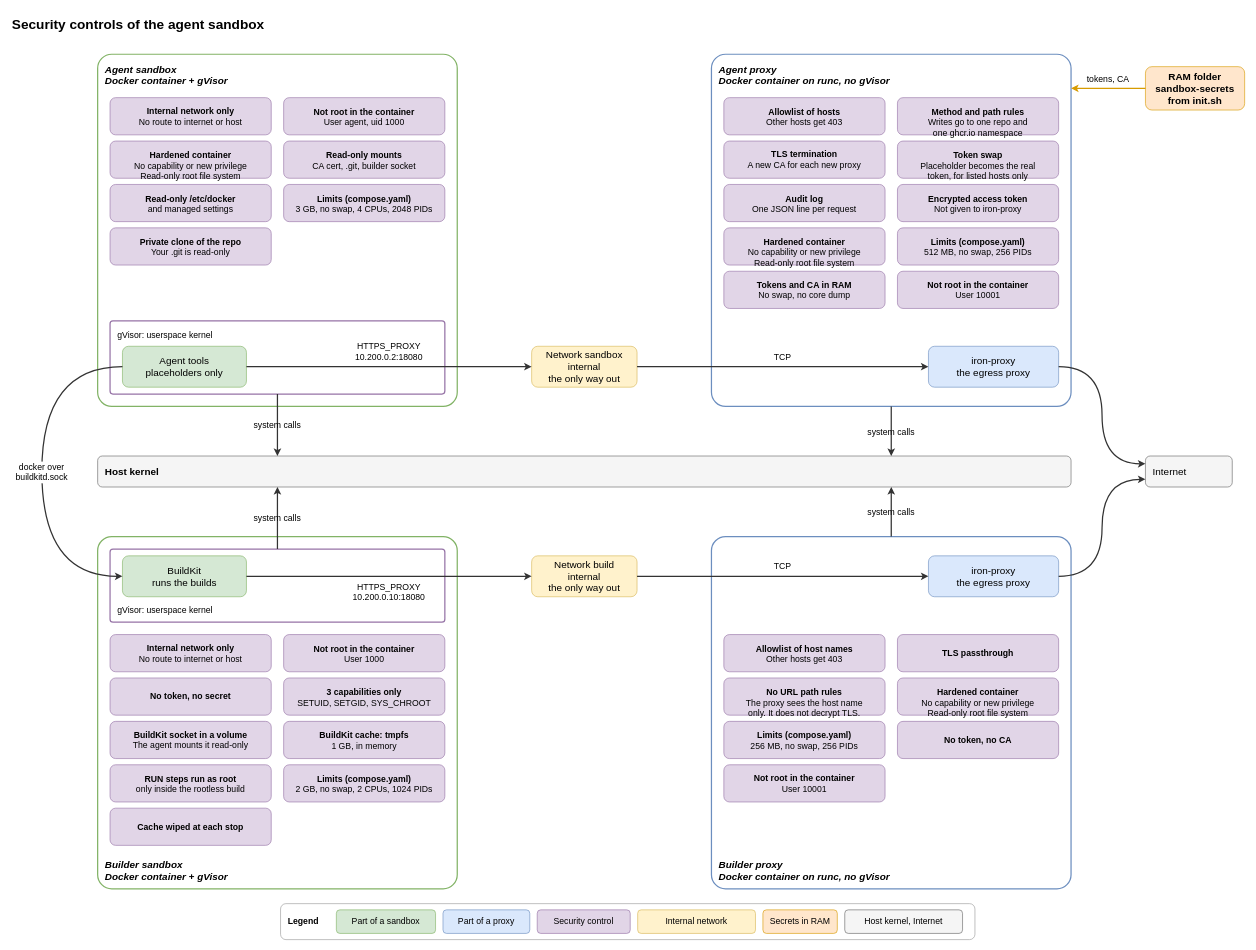
Before: .devcontainer/docs/diagrams/security-controls.drawio in raghav19/engineersdaybook, a draw.io diagram. Source tidied: cells renumbered, new cells numbered last; positions are measured from the earlier drawing's top-left corner, leaving out a move shared by most shapes. Both pictures are drawn from the tidied source at 62%, with x=0, y=0 at pixel (11, 11).
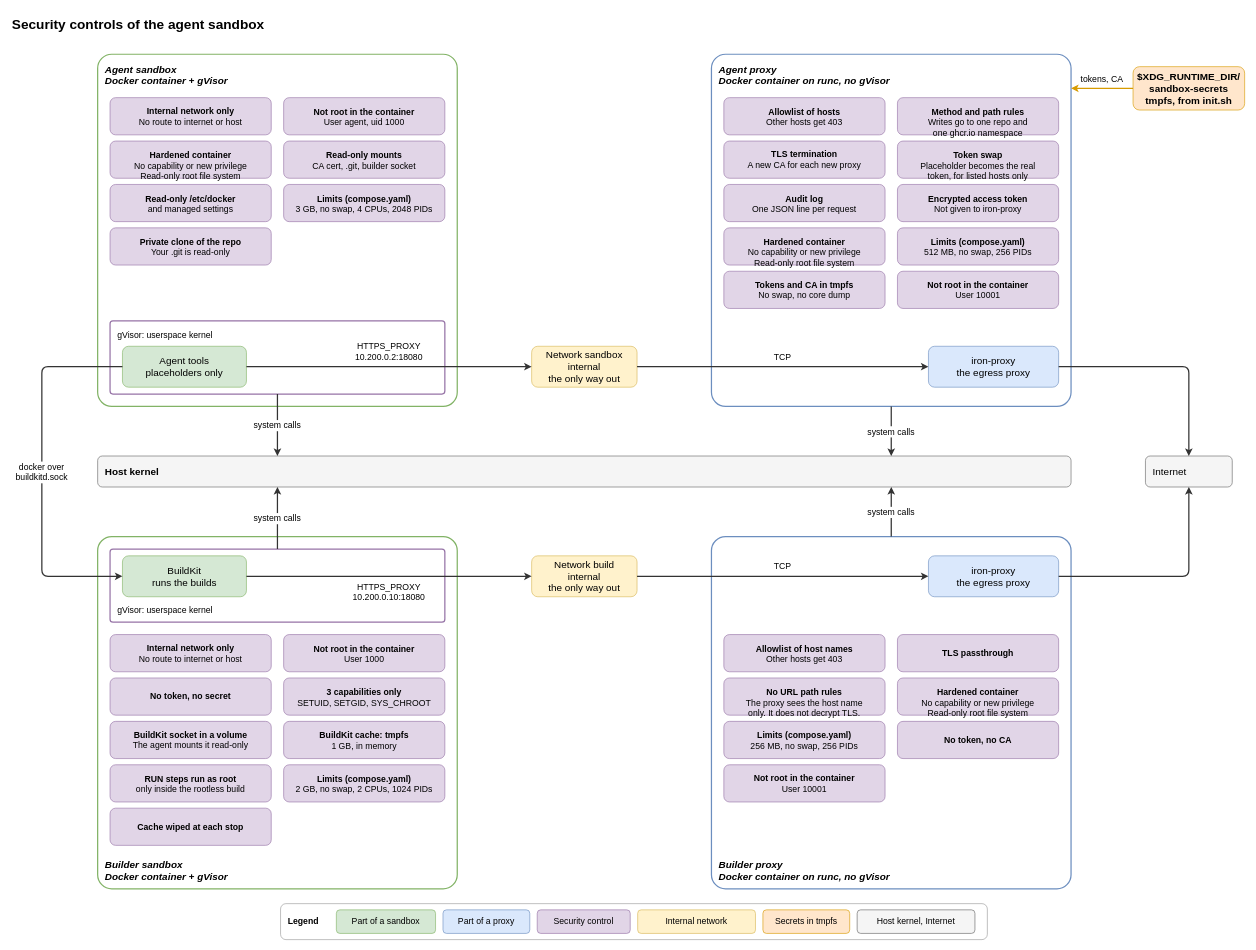
Above is the later version.

Commit message (it also covers changes not shown here):
docs: right-angle arrows, the tmpfs path and plain gVisor in the sandbox diagrams

Unchanged cells that the change refers to:
```xml
<mxCell id="3" value="Agent proxy&#10;Docker container on runc, no gVisor" style="rounded=1;arcSize=4;whiteSpace=wrap;html=0;fontSize=16;fillColor=#ffffff;strokeColor=#6c8ebf;strokeWidth=2;align=left;spacingLeft=10;fontStyle=3;verticalAlign=top;spacingTop=8;" parent="1" vertex="1">
  <mxGeometry x="1130" y="70" width="580" height="568" as="geometry" />
</mxCell>
<mxCell id="14" value="iron-proxy&#10;the egress proxy" style="rounded=1;whiteSpace=wrap;html=0;fontSize=16;fillColor=#dae8fc;strokeColor=#6c8ebf;" parent="1" vertex="1">
  <mxGeometry x="1480" y="541" width="210" height="66" as="geometry" />
</mxCell>
<mxCell id="15" value="Builder proxy&#10;Docker container on runc, no gVisor" style="rounded=1;arcSize=4;whiteSpace=wrap;html=0;fontSize=16;fillColor=#ffffff;strokeColor=#6c8ebf;strokeWidth=2;align=left;spacingLeft=10;fontStyle=3;verticalAlign=bottom;spacingBottom=8;" parent="1" vertex="1">
  <mxGeometry x="1130" y="848" width="580" height="568" as="geometry" />
</mxCell>
<mxCell id="23" value="iron-proxy&#10;the egress proxy" style="rounded=1;whiteSpace=wrap;html=0;fontSize=16;fillColor=#dae8fc;strokeColor=#6c8ebf;" parent="1" vertex="1">
  <mxGeometry x="1480" y="879" width="210" height="66" as="geometry" />
</mxCell>
<mxCell id="25" value="gVisor: userspace kernel" style="rounded=1;arcSize=4;whiteSpace=wrap;html=0;fontSize=14;fillColor=#ffffff;strokeColor=#9673a6;strokeWidth=2;align=left;spacingLeft=10;verticalAlign=top;spacingTop=8;" parent="1" vertex="1">
  <mxGeometry x="160" y="500" width="540" height="118" as="geometry" />
</mxCell>
<mxCell id="33" value="Agent tools&#10;placeholders only" style="rounded=1;whiteSpace=wrap;html=0;fontSize=16;fillColor=#d5e8d4;strokeColor=#82b366;" parent="1" vertex="1">
  <mxGeometry x="180" y="541" width="200" height="66" as="geometry" />
</mxCell>
<mxCell id="35" value="gVisor: userspace kernel" style="rounded=1;arcSize=4;whiteSpace=wrap;html=0;fontSize=14;fillColor=#ffffff;strokeColor=#9673a6;strokeWidth=2;align=left;spacingLeft=10;verticalAlign=bottom;spacingBottom=8;" parent="1" vertex="1">
  <mxGeometry x="160" y="868" width="540" height="118" as="geometry" />
</mxCell>
<mxCell id="45" value="BuildKit&#10;runs the builds" style="rounded=1;whiteSpace=wrap;html=0;fontSize=16;fillColor=#d5e8d4;strokeColor=#82b366;" parent="1" vertex="1">
  <mxGeometry x="180" y="879" width="200" height="66" as="geometry" />
</mxCell>
<mxCell id="46" value="Network sandbox&#10;internal&#10;the only way out" style="rounded=1;whiteSpace=wrap;html=0;fontSize=16;fillColor=#fff2cc;strokeColor=#d6b656;" parent="1" vertex="1">
  <mxGeometry x="840" y="541" width="170" height="66" as="geometry" />
</mxCell>
<mxCell id="47" value="Network build&#10;internal&#10;the only way out" style="rounded=1;whiteSpace=wrap;html=0;fontSize=16;fillColor=#fff2cc;strokeColor=#d6b656;" parent="1" vertex="1">
  <mxGeometry x="840" y="879" width="170" height="66" as="geometry" />
</mxCell>
<mxCell id="48" value="Host kernel" style="rounded=1;whiteSpace=wrap;html=0;fontSize=16;fillColor=#f5f5f5;strokeColor=#666666;fontStyle=1;align=left;spacingLeft=10;" parent="1" vertex="1">
  <mxGeometry x="140" y="718" width="1570" height="50" as="geometry" />
</mxCell>
<mxCell id="50" value="Internet" style="rounded=1;whiteSpace=wrap;html=0;fontSize=16;fillColor=#f5f5f5;strokeColor=#666666;align=left;spacingLeft=10;" parent="1" vertex="1">
  <mxGeometry x="1830" y="718" width="140" height="50" as="geometry" />
</mxCell>
```

The edit, as a diff of the source:
```diff
@@
-    <mxCell id="12" value="&lt;b&gt;Tokens and CA in RAM&lt;/b&gt;&lt;br&gt;No swap, no core dump" style="rounded=1;whiteSpace=wrap;html=1;fontSize=14;fillColor=#e1d5e7;strokeColor=#9673a6;align=center;verticalAlign=middle;" parent="1" vertex="1">
+    <mxCell id="12" value="&lt;b&gt;Tokens and CA in tmpfs&lt;/b&gt;&lt;br&gt;No swap, no core dump" style="rounded=1;whiteSpace=wrap;html=1;fontSize=14;fillColor=#e1d5e7;strokeColor=#9673a6;align=center;verticalAlign=middle;" parent="1" vertex="1">
       <mxGeometry x="1150" y="420" width="260" height="60" as="geometry" />
     </mxCell>
@@
-    <mxCell id="49" value="RAM folder&#10;sandbox-secrets&#10;from init.sh" style="rounded=1;whiteSpace=wrap;html=0;fontSize=16;fillColor=#ffe6cc;strokeColor=#d79b00;fontStyle=1;" parent="1" vertex="1">
-      <mxGeometry x="1830" y="90" width="160" height="70" as="geometry" />
+    <mxCell id="49" value="$XDG_RUNTIME_DIR/&#10;sandbox-secrets&#10;tmpfs, from init.sh" style="rounded=1;whiteSpace=wrap;html=0;fontSize=16;fillColor=#ffe6cc;strokeColor=#d79b00;fontStyle=1;" parent="1" vertex="1">
+      <mxGeometry x="1810" y="90" width="180" height="70" as="geometry" />
     </mxCell>
@@
     <mxCell id="51" value="Legend" style="rounded=1;whiteSpace=wrap;html=0;fontSize=14;fillColor=#ffffff;strokeColor=#999999;fontStyle=1;align=left;spacingLeft=10;" parent="1" vertex="1">
-      <mxGeometry x="435" y="1440" width="1120" height="58" as="geometry" />
+      <mxGeometry x="435" y="1440" width="1140" height="58" as="geometry" />
     </mxCell>
@@
-    <mxCell id="56" value="Secrets in RAM" style="rounded=1;whiteSpace=wrap;html=0;fontSize=14;fillColor=#ffe6cc;strokeColor=#d79b00;" parent="1" vertex="1">
-      <mxGeometry x="1213" y="1450" width="120" height="38" as="geometry" />
+    <mxCell id="56" value="Secrets in tmpfs" style="rounded=1;whiteSpace=wrap;html=0;fontSize=14;fillColor=#ffe6cc;strokeColor=#d79b00;" parent="1" vertex="1">
+      <mxGeometry x="1213" y="1450" width="140" height="38" as="geometry" />
     </mxCell>
     <mxCell id="57" value="Host kernel, Internet" style="rounded=1;whiteSpace=wrap;html=0;fontSize=14;fillColor=#f5f5f5;strokeColor=#666666;" parent="1" vertex="1">
-      <mxGeometry x="1345" y="1450" width="190" height="38" as="geometry" />
+      <mxGeometry x="1365" y="1450" width="190" height="38" as="geometry" />
     </mxCell>
-    <mxCell id="58" value="HTTPS_PROXY&#10;10.200.0.2:18080" style="edgeStyle=orthogonalEdgeStyle;rounded=1;curved=1;html=0;labelBackgroundColor=none;defaultLabelBackgroundColor=gap;fontSize=14;strokeWidth=2;strokeColor=#333333;exitX=1;exitY=0.5;exitDx=0;exitDy=0;entryX=0;entryY=0.5;entryDx=0;entryDy=0;" parent="1" edge="1" source="33" target="46">
+    <mxCell id="58" value="HTTPS_PROXY&#10;10.200.0.2:18080" style="edgeStyle=orthogonalEdgeStyle;rounded=1;curved=0;html=0;labelBackgroundColor=none;defaultLabelBackgroundColor=gap;fontSize=14;strokeWidth=2;strokeColor=#333333;exitX=1;exitY=0.5;exitDx=0;exitDy=0;entryX=0;entryY=0.5;entryDx=0;entryDy=0;" parent="1" edge="1" source="33" target="46">
       <mxGeometry relative="1" as="geometry">
         <mxPoint y="-25" as="offset" />
       </mxGeometry>
     </mxCell>
-    <mxCell id="59" value="TCP" style="edgeStyle=orthogonalEdgeStyle;rounded=1;curved=1;html=0;labelBackgroundColor=none;defaultLabelBackgroundColor=gap;fontSize=14;strokeWidth=2;strokeColor=#333333;exitX=1;exitY=0.5;exitDx=0;exitDy=0;entryX=0;entryY=0.5;entryDx=0;entryDy=0;" parent="1" edge="1" source="46" target="14">
+    <mxCell id="59" value="TCP" style="edgeStyle=orthogonalEdgeStyle;rounded=1;curved=0;html=0;labelBackgroundColor=none;defaultLabelBackgroundColor=gap;fontSize=14;strokeWidth=2;strokeColor=#333333;exitX=1;exitY=0.5;exitDx=0;exitDy=0;entryX=0;entryY=0.5;entryDx=0;entryDy=0;" parent="1" edge="1" source="46" target="14">
       <mxGeometry relative="1" as="geometry">
         <mxPoint y="-16.5" as="offset" />
       </mxGeometry>
     </mxCell>
-    <mxCell id="60" style="edgeStyle=orthogonalEdgeStyle;rounded=1;curved=1;html=0;labelBackgroundColor=none;defaultLabelBackgroundColor=gap;fontSize=14;strokeWidth=2;strokeColor=#333333;exitX=1;exitY=0.5;exitDx=0;exitDy=0;entryX=0;entryY=0.25;entryDx=0;entryDy=0;" parent="1" edge="1" source="14" target="50">
+    <mxCell id="60" style="edgeStyle=orthogonalEdgeStyle;rounded=1;curved=0;html=0;labelBackgroundColor=none;defaultLabelBackgroundColor=gap;fontSize=14;strokeWidth=2;strokeColor=#333333;exitX=1;exitY=0.5;exitDx=0;exitDy=0;entryX=0.5;entryY=0;entryDx=0;entryDy=0;" parent="1" edge="1" source="14" target="50">
       <mxGeometry relative="1" as="geometry">
         <mxPoint y="-16.5" as="offset" />
       </mxGeometry>
     </mxCell>
-    <mxCell id="61" value="tokens, CA" style="edgeStyle=orthogonalEdgeStyle;rounded=1;curved=1;html=0;labelBackgroundColor=none;defaultLabelBackgroundColor=gap;fontSize=14;strokeWidth=2;strokeColor=#d79b00;exitX=0;exitY=0.5;exitDx=0;exitDy=0;entryX=1;entryY=0.0968;entryDx=0;entryDy=0;" parent="1" edge="1" source="49" target="3">
+    <mxCell id="61" value="tokens, CA" style="edgeStyle=orthogonalEdgeStyle;rounded=1;curved=0;html=0;labelBackgroundColor=none;defaultLabelBackgroundColor=gap;fontSize=14;strokeWidth=2;strokeColor=#d79b00;exitX=0;exitY=0.5;exitDx=0;exitDy=0;entryX=1;entryY=0.0968;entryDx=0;entryDy=0;" parent="1" edge="1" source="49" target="3">
       <mxGeometry relative="1" as="geometry">
         <mxPoint y="-16.5" as="offset" />
       </mxGeometry>
     </mxCell>
-    <mxCell id="62" value="HTTPS_PROXY&#10;10.200.0.10:18080" style="edgeStyle=orthogonalEdgeStyle;rounded=1;curved=1;html=0;labelBackgroundColor=none;defaultLabelBackgroundColor=gap;fontSize=14;strokeWidth=2;strokeColor=#333333;exitX=1;exitY=0.5;exitDx=0;exitDy=0;entryX=0;entryY=0.5;entryDx=0;entryDy=0;" parent="1" edge="1" source="45" target="47">
+    <mxCell id="62" value="HTTPS_PROXY&#10;10.200.0.10:18080" style="edgeStyle=orthogonalEdgeStyle;rounded=1;curved=0;html=0;labelBackgroundColor=none;defaultLabelBackgroundColor=gap;fontSize=14;strokeWidth=2;strokeColor=#333333;exitX=1;exitY=0.5;exitDx=0;exitDy=0;entryX=0;entryY=0.5;entryDx=0;entryDy=0;" parent="1" edge="1" source="45" target="47">
       <mxGeometry relative="1" as="geometry">
         <mxPoint y="25" as="offset" />
       </mxGeometry>
     </mxCell>
-    <mxCell id="63" value="TCP" style="edgeStyle=orthogonalEdgeStyle;rounded=1;curved=1;html=0;labelBackgroundColor=none;defaultLabelBackgroundColor=gap;fontSize=14;strokeWidth=2;strokeColor=#333333;exitX=1;exitY=0.5;exitDx=0;exitDy=0;entryX=0;entryY=0.5;entryDx=0;entryDy=0;" parent="1" edge="1" source="47" target="23">
+    <mxCell id="63" value="TCP" style="edgeStyle=orthogonalEdgeStyle;rounded=1;curved=0;html=0;labelBackgroundColor=none;defaultLabelBackgroundColor=gap;fontSize=14;strokeWidth=2;strokeColor=#333333;exitX=1;exitY=0.5;exitDx=0;exitDy=0;entryX=0;entryY=0.5;entryDx=0;entryDy=0;" parent="1" edge="1" source="47" target="23">
       <mxGeometry relative="1" as="geometry">
         <mxPoint y="-16.5" as="offset" />
       </mxGeometry>
     </mxCell>
-    <mxCell id="64" style="edgeStyle=orthogonalEdgeStyle;rounded=1;curved=1;html=0;labelBackgroundColor=none;defaultLabelBackgroundColor=gap;fontSize=14;strokeWidth=2;strokeColor=#333333;exitX=1;exitY=0.5;exitDx=0;exitDy=0;entryX=0;entryY=0.75;entryDx=0;entryDy=0;" parent="1" edge="1" source="23" target="50">
+    <mxCell id="64" style="edgeStyle=orthogonalEdgeStyle;rounded=1;curved=0;html=0;labelBackgroundColor=none;defaultLabelBackgroundColor=gap;fontSize=14;strokeWidth=2;strokeColor=#333333;exitX=1;exitY=0.5;exitDx=0;exitDy=0;entryX=0.5;entryY=1;entryDx=0;entryDy=0;" parent="1" edge="1" source="23" target="50">
       <mxGeometry relative="1" as="geometry">
         <mxPoint y="-16.5" as="offset" />
       </mxGeometry>
     </mxCell>
-    <mxCell id="65" value="docker over&#10;buildkitd.sock" style="edgeStyle=orthogonalEdgeStyle;rounded=1;curved=1;html=0;labelBackgroundColor=#ffffff;defaultLabelBackgroundColor=gap;fontSize=14;strokeWidth=2;strokeColor=#333333;exitX=0;exitY=0.5;exitDx=0;exitDy=0;entryX=0;entryY=0.5;entryDx=0;entryDy=0;" parent="1" edge="1" source="33" target="45">
+    <mxCell id="65" value="docker over&#10;buildkitd.sock" style="edgeStyle=orthogonalEdgeStyle;rounded=1;curved=0;html=0;labelBackgroundColor=#ffffff;defaultLabelBackgroundColor=gap;fontSize=14;strokeWidth=2;strokeColor=#333333;exitX=0;exitY=0.5;exitDx=0;exitDy=0;entryX=0;entryY=0.5;entryDx=0;entryDy=0;" parent="1" edge="1" source="33" target="45">
       <mxGeometry relative="1" as="geometry">
         <Array as="points">
           <mxPoint x="50" y="574" />
           <mxPoint x="50" y="912" />
         </Array>
       </mxGeometry>
     </mxCell>
-    <mxCell id="66" value="system calls" style="edgeStyle=orthogonalEdgeStyle;rounded=1;curved=1;html=0;labelBackgroundColor=none;defaultLabelBackgroundColor=gap;fontSize=14;strokeWidth=2;strokeColor=#333333;exitX=0.5;exitY=1;exitDx=0;exitDy=0;entryX=0.1847;entryY=0;entryDx=0;entryDy=0;" parent="1" edge="1" source="25" target="48">
+    <mxCell id="66" value="system calls" style="edgeStyle=orthogonalEdgeStyle;rounded=1;curved=0;html=0;labelBackgroundColor=#ffffff;defaultLabelBackgroundColor=gap;fontSize=14;strokeWidth=2;strokeColor=#333333;exitX=0.5;exitY=1;exitDx=0;exitDy=0;entryX=0.1847;entryY=0;entryDx=0;entryDy=0;" parent="1" edge="1" source="25" target="48">
       <mxGeometry relative="1" as="geometry" />
     </mxCell>
-    <mxCell id="67" value="system calls" style="edgeStyle=orthogonalEdgeStyle;rounded=1;curved=1;html=0;labelBackgroundColor=none;defaultLabelBackgroundColor=gap;fontSize=14;strokeWidth=2;strokeColor=#333333;exitX=0.5;exitY=0;exitDx=0;exitDy=0;entryX=0.1847;entryY=1;entryDx=0;entryDy=0;" parent="1" edge="1" source="35" target="48">
+    <mxCell id="67" value="system calls" style="edgeStyle=orthogonalEdgeStyle;rounded=1;curved=0;html=0;labelBackgroundColor=#ffffff;defaultLabelBackgroundColor=gap;fontSize=14;strokeWidth=2;strokeColor=#333333;exitX=0.5;exitY=0;exitDx=0;exitDy=0;entryX=0.1847;entryY=1;entryDx=0;entryDy=0;" parent="1" edge="1" source="35" target="48">
       <mxGeometry relative="1" as="geometry" />
     </mxCell>
-    <mxCell id="68" value="system calls" style="edgeStyle=orthogonalEdgeStyle;rounded=1;curved=1;html=0;labelBackgroundColor=none;defaultLabelBackgroundColor=gap;fontSize=14;strokeWidth=2;strokeColor=#333333;exitX=0.5;exitY=1;exitDx=0;exitDy=0;entryX=0.8153;entryY=0;entryDx=0;entryDy=0;" parent="1" edge="1" source="3" target="48">
+    <mxCell id="68" value="system calls" style="edgeStyle=orthogonalEdgeStyle;rounded=1;curved=0;html=0;labelBackgroundColor=#ffffff;defaultLabelBackgroundColor=gap;fontSize=14;strokeWidth=2;strokeColor=#333333;exitX=0.5;exitY=1;exitDx=0;exitDy=0;entryX=0.8153;entryY=0;entryDx=0;entryDy=0;" parent="1" edge="1" source="3" target="48">
       <mxGeometry relative="1" as="geometry" />
     </mxCell>
-    <mxCell id="69" value="system calls" style="edgeStyle=orthogonalEdgeStyle;rounded=1;curved=1;html=0;labelBackgroundColor=none;defaultLabelBackgroundColor=gap;fontSize=14;strokeWidth=2;strokeColor=#333333;exitX=0.5;exitY=0;exitDx=0;exitDy=0;entryX=0.8153;entryY=1;entryDx=0;entryDy=0;" parent="1" edge="1" source="15" target="48">
+    <mxCell id="69" value="system calls" style="edgeStyle=orthogonalEdgeStyle;rounded=1;curved=0;html=0;labelBackgroundColor=#ffffff;defaultLabelBackgroundColor=gap;fontSize=14;strokeWidth=2;strokeColor=#333333;exitX=0.5;exitY=0;exitDx=0;exitDy=0;entryX=0.8153;entryY=1;entryDx=0;entryDy=0;" parent="1" edge="1" source="15" target="48">
       <mxGeometry relative="1" as="geometry" />
     </mxCell>
```
